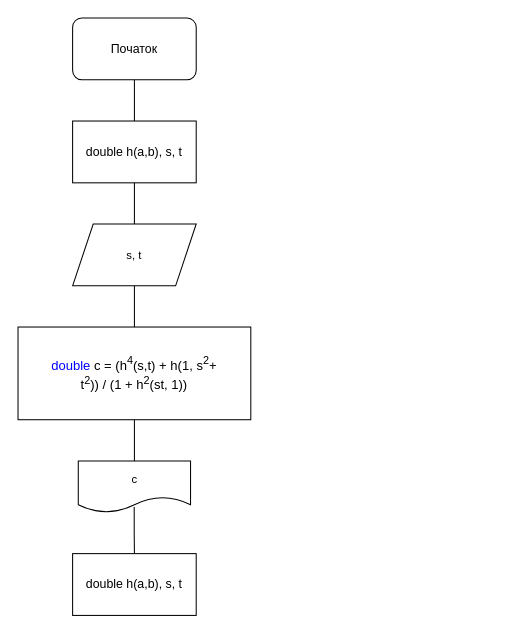
Slava-v-Ukraini/lab_5.1 keeps this draw.io diagram as PR-5.1.drawio. Above is the earlier version. Source tidied: cells renumbered, new cells numbered last; positions are measured from the earlier drawing's top-left corner, leaving out a move shared by most shapes. Both pictures are drawn from the tidied source at 103%, with x=0, y=0 at pixel (18, 18).
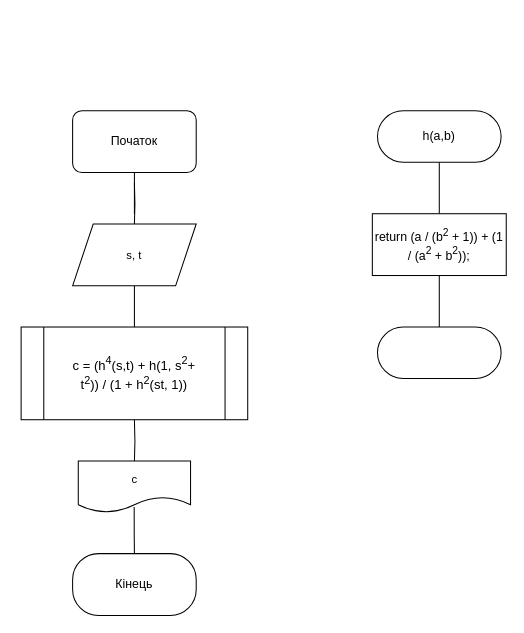
The same diagram, later.

Diff of the diagram source:
```diff
@@
 <mxGraphModel>
   <root>
     <mxCell id="0" />
     <mxCell id="1" parent="0" />
-    <mxCell id="2" style="edgeStyle=orthogonalEdgeStyle;rounded=0;jettySize=auto;html=1;endArrow=none;endFill=0;entryX=0.5;entryY=0;entryDx=0;entryDy=0;" parent="1" edge="1" source="3" target="5">
-      <mxGeometry relative="1" as="geometry" />
+    <mxCell id="2" style="edgeStyle=orthogonalEdgeStyle;rounded=0;jettySize=auto;html=1;endArrow=none;endFill=0;entryX=0.5;entryY=0;entryDx=0;entryDy=0;" parent="1" edge="1" source="3">
+      <mxGeometry relative="1" as="geometry">
+        <mxPoint x="113" y="190" as="targetPoint" />
+      </mxGeometry>
     </mxCell>
     <mxCell id="3" value="Початок" style="rounded=1;whiteSpace=wrap;html=1;" parent="1" vertex="1">
-      <mxGeometry x="53" width="120" height="60" as="geometry" />
+      <mxGeometry x="53" y="90" width="120" height="60" as="geometry" />
     </mxCell>
-    <mxCell id="4" style="edgeStyle=orthogonalEdgeStyle;shape=connector;rounded=0;jettySize=auto;html=1;strokeColor=default;align=center;verticalAlign=middle;fontFamily=Helvetica;fontSize=11;fontColor=default;labelBackgroundColor=default;endArrow=none;endFill=0;" parent="1" edge="1" source="5">
+    <mxCell id="4" style="edgeStyle=orthogonalEdgeStyle;shape=connector;rounded=0;orthogonalLoop=1;jettySize=auto;html=1;strokeColor=default;align=center;verticalAlign=middle;fontFamily=Helvetica;fontSize=11;fontColor=default;labelBackgroundColor=default;endArrow=none;endFill=0;" parent="1" edge="1">
       <mxGeometry relative="1" as="geometry">
+        <mxPoint x="113" y="160" as="sourcePoint" />
         <mxPoint x="113" y="200" as="targetPoint" />
       </mxGeometry>
     </mxCell>
-    <mxCell id="5" value="double h(a,b), s, t" style="whiteSpace=wrap;html=1;" parent="1" vertex="1">
-      <mxGeometry x="53" y="100" width="120" height="60" as="geometry" />
-    </mxCell>
-    <mxCell id="6" style="edgeStyle=orthogonalEdgeStyle;shape=connector;rounded=0;jettySize=auto;html=1;strokeColor=default;align=center;verticalAlign=middle;fontFamily=Helvetica;fontSize=11;fontColor=default;labelBackgroundColor=default;endArrow=none;endFill=0;" parent="1" edge="1" source="7" target="9">
-      <mxGeometry relative="1" as="geometry" />
+    <mxCell id="6" style="edgeStyle=orthogonalEdgeStyle;shape=connector;rounded=0;jettySize=auto;html=1;strokeColor=default;align=center;verticalAlign=middle;fontFamily=Helvetica;fontSize=11;fontColor=default;labelBackgroundColor=default;endArrow=none;endFill=0;" parent="1" edge="1" source="7">
+      <mxGeometry relative="1" as="geometry">
+        <mxPoint x="113" y="300" as="targetPoint" />
+      </mxGeometry>
     </mxCell>
     <mxCell id="7" value="s, t" style="shape=parallelogram;perimeter=parallelogramPerimeter;whiteSpace=wrap;html=1;fixedSize=1;fontFamily=Helvetica;fontSize=11;fontColor=default;labelBackgroundColor=default;" parent="1" vertex="1">
       <mxGeometry x="53" y="200" width="120" height="60" as="geometry" />
     </mxCell>
-    <mxCell id="8" style="edgeStyle=orthogonalEdgeStyle;shape=connector;rounded=0;jettySize=auto;html=1;strokeColor=default;align=center;verticalAlign=middle;fontFamily=Helvetica;fontSize=11;fontColor=default;labelBackgroundColor=default;endArrow=none;endFill=0;entryX=0.5;entryY=0;entryDx=0;entryDy=0;" parent="1" edge="1" source="9" target="12">
-      <mxGeometry relative="1" as="geometry" />
+    <mxCell id="8" style="edgeStyle=orthogonalEdgeStyle;shape=connector;rounded=0;jettySize=auto;html=1;strokeColor=default;align=center;verticalAlign=middle;fontFamily=Helvetica;fontSize=11;fontColor=default;labelBackgroundColor=default;endArrow=none;endFill=0;entryX=0.5;entryY=0;entryDx=0;entryDy=0;" parent="1" edge="1" target="12">
+      <mxGeometry relative="1" as="geometry">
+        <mxPoint x="113" y="390" as="sourcePoint" />
+      </mxGeometry>
     </mxCell>
-    <mxCell id="9" value="&lt;span style=&quot;font-size: 9.5pt; line-height: 106%; font-family: &amp;quot;Cascadia Mono&amp;quot;; color: blue; background-image: initial; background-position: initial; background-size: initial; background-repeat: initial; background-attachment: initial; background-origin: initial; background-clip: initial;&quot; lang=&quot;EN-US&quot;&gt;double&lt;/span&gt;&lt;span style=&quot;font-size: 9.5pt; line-height: 106%; font-family: &amp;quot;Cascadia Mono&amp;quot;; background-image: initial; background-position: initial; background-size: initial; background-repeat: initial; background-attachment: initial; background-origin: initial; background-clip: initial;&quot; lang=&quot;EN-US&quot;&gt; c = (h&lt;sup&gt;4&lt;/sup&gt;(s,t) + h(1, s&lt;sup&gt;2&lt;/sup&gt;+&lt;br&gt;t&lt;sup&gt;2&lt;/sup&gt;)) / (1 + h&lt;sup&gt;2&lt;/sup&gt;(st, 1))&lt;/span&gt;" style="whiteSpace=wrap;html=1;fontSize=11;labelBackgroundColor=default;" parent="1" vertex="1">
-      <mxGeometry y="300" width="226" height="90" as="geometry" />
-    </mxCell>
     <mxCell id="10" style="edgeStyle=orthogonalEdgeStyle;shape=connector;rounded=0;jettySize=auto;html=1;strokeColor=default;align=center;verticalAlign=middle;fontFamily=Helvetica;fontSize=11;fontColor=default;labelBackgroundColor=default;endArrow=none;endFill=0;exitX=0.498;exitY=0.894;exitDx=0;exitDy=0;exitPerimeter=0;" parent="1" edge="1" source="12" target="11">
       <mxGeometry relative="1" as="geometry" />
     </mxCell>
-    <mxCell id="11" value="double h(a,b), s, t" style="whiteSpace=wrap;html=1;" parent="1" vertex="1">
+    <mxCell id="11" value="Кінець" style="whiteSpace=wrap;html=1;rounded=1;arcSize=42;" parent="1" vertex="1">
       <mxGeometry x="53" y="520" width="120" height="60" as="geometry" />
     </mxCell>
     <mxCell id="12" value="c" style="shape=document;whiteSpace=wrap;html=1;boundedLbl=1;fontFamily=Helvetica;fontSize=11;fontColor=default;labelBackgroundColor=default;" parent="1" vertex="1">
       <mxGeometry x="58.5" y="430" width="109" height="50" as="geometry" />
     </mxCell>
+    <mxCell id="13" value="&lt;span style=&quot;font-size: 9.5pt; line-height: 13.4267px; font-family: &amp;quot;Cascadia Mono&amp;quot;; background-image: initial; background-position: initial; background-size: initial; background-repeat: initial; background-attachment: initial; background-origin: initial; background-clip: initial;&quot; lang=&quot;EN-US&quot;&gt;c = (h&lt;sup&gt;4&lt;/sup&gt;(s,t) + h(1, s&lt;sup&gt;2&lt;/sup&gt;+&lt;br&gt;t&lt;sup&gt;2&lt;/sup&gt;)) / (1 + h&lt;sup&gt;2&lt;/sup&gt;(st, 1))&lt;/span&gt;" style="shape=process;whiteSpace=wrap;html=1;backgroundOutline=1;" parent="1" vertex="1">
+      <mxGeometry x="3" y="300" width="220" height="90" as="geometry" />
+    </mxCell>
+    <mxCell id="14" style="edgeStyle=orthogonalEdgeStyle;rounded=0;jettySize=auto;html=1;endArrow=none;endFill=0;" parent="1" edge="1" source="15" target="17">
+      <mxGeometry relative="1" as="geometry" />
+    </mxCell>
+    <mxCell id="15" value="h(a,b)" style="rounded=1;whiteSpace=wrap;html=1;arcSize=50;" parent="1" vertex="1">
+      <mxGeometry x="349" y="90" width="120" height="50" as="geometry" />
+    </mxCell>
+    <mxCell id="16" style="edgeStyle=orthogonalEdgeStyle;rounded=0;jettySize=auto;html=1;endArrow=none;endFill=0;" parent="1" edge="1" source="17" target="18">
+      <mxGeometry relative="1" as="geometry" />
+    </mxCell>
+    <mxCell id="17" value="return (a / (b&lt;sup&gt;2&lt;/sup&gt; + 1)) + (1 / (a&lt;sup&gt;2&lt;/sup&gt; + b&lt;sup&gt;2&lt;/sup&gt;));" style="rounded=0;whiteSpace=wrap;html=1;" parent="1" vertex="1">
+      <mxGeometry x="344" y="190" width="130" height="60" as="geometry" />
+    </mxCell>
+    <mxCell id="18" style="rounded=1;whiteSpace=wrap;html=1;arcSize=50;" parent="1" vertex="1">
+      <mxGeometry x="349" y="300" width="120" height="50" as="geometry" />
+    </mxCell>
   </root>
 </mxGraphModel>
```
